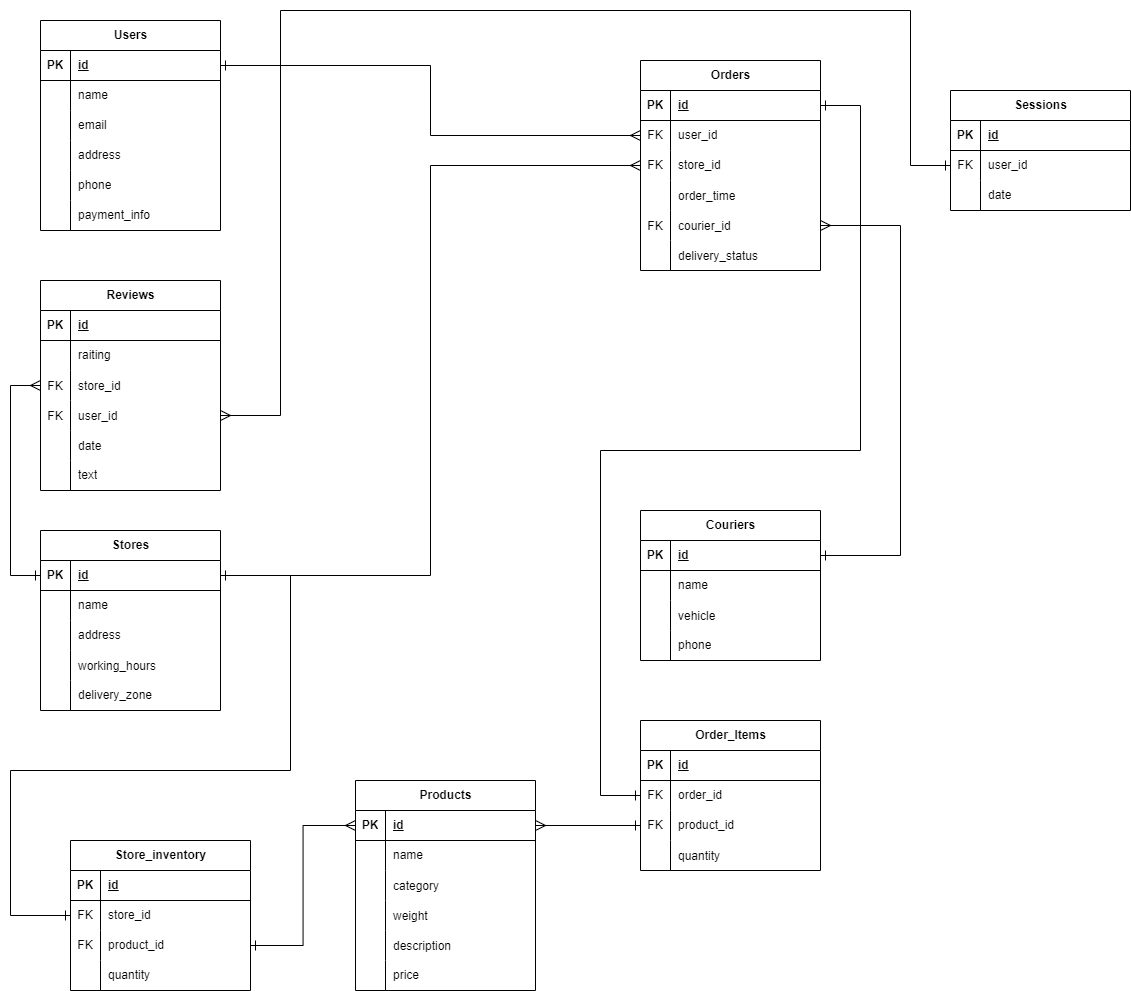
This is Логическая БД.png from Tovardas/TP_Highload_YandexEda, a draw.io export, as it was before one commit. Source tidied: cells renumbered, new cells last; positions are measured from the earlier drawing's top-left corner, leaving out a move shared by most shapes.
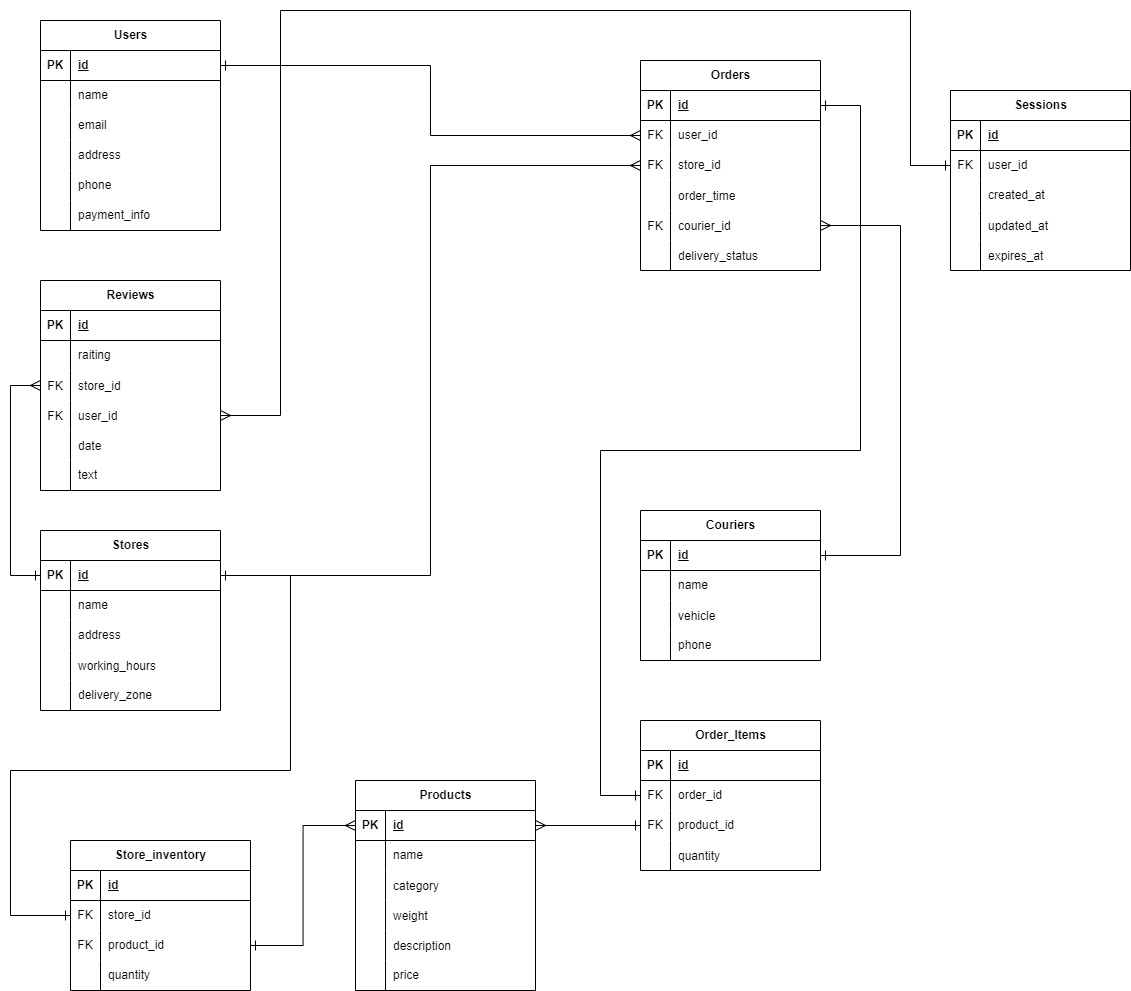
The same diagram one commit later.

The edit, as a diff of the source:
```diff
@@ -452,7 +452,7 @@
       <mxGeometry relative="1" as="geometry" />
     </mxCell>
     <mxCell id="142" value="Sessions" style="shape=table;startSize=30;rowLines=0;fontStyle=1;align=center;html=1;" parent="1" vertex="1">
-      <mxGeometry x="940" y="80" width="180" height="120" as="geometry" />
+      <mxGeometry x="940" y="80" width="180" height="180" as="geometry" />
     </mxCell>
     <mxCell id="143" style="shape=tableRow;horizontal=0;startSize=0;swimlaneHead=0;swimlaneBody=0;fillColor=none;top=0;left=0;right=0;bottom=1;" parent="142" vertex="1">
       <mxGeometry y="30" width="180" height="30" as="geometry" />
@@ -478,9 +478,27 @@
     <mxCell id="150" style="shape=partialRectangle;fillColor=none;top=0;left=0;bottom=0;right=0;overflow=hidden;whiteSpace=wrap;html=1;" parent="149" vertex="1">
       <mxGeometry width="30" height="30" as="geometry" />
     </mxCell>
-    <mxCell id="151" value="date" style="shape=partialRectangle;fillColor=none;top=0;left=0;bottom=0;right=0;align=left;spacingLeft=6;overflow=hidden;whiteSpace=wrap;html=1;" parent="149" vertex="1">
+    <mxCell id="151" value="created_at" style="shape=partialRectangle;fillColor=none;top=0;left=0;bottom=0;right=0;align=left;spacingLeft=6;overflow=hidden;whiteSpace=wrap;html=1;" parent="149" vertex="1">
       <mxGeometry x="30" width="150" height="30" as="geometry" />
     </mxCell>
+    <mxCell id="153" style="shape=tableRow;horizontal=0;startSize=0;swimlaneHead=0;swimlaneBody=0;fillColor=none;top=0;left=0;right=0;bottom=0;" parent="142" vertex="1">
+      <mxGeometry y="120" width="180" height="30" as="geometry" />
+    </mxCell>
+    <mxCell id="154" style="shape=partialRectangle;fillColor=none;top=0;left=0;bottom=0;right=0;overflow=hidden;" parent="153" vertex="1">
+      <mxGeometry width="30" height="30" as="geometry" />
+    </mxCell>
+    <mxCell id="155" value="updated_at" style="shape=partialRectangle;fillColor=none;top=0;left=0;bottom=0;right=0;align=left;spacingLeft=6;overflow=hidden;" parent="153" vertex="1">
+      <mxGeometry x="30" width="150" height="30" as="geometry" />
+    </mxCell>
+    <mxCell id="156" style="shape=tableRow;horizontal=0;startSize=0;swimlaneHead=0;swimlaneBody=0;fillColor=none;top=0;left=0;right=0;bottom=0;" parent="142" vertex="1">
+      <mxGeometry y="150" width="180" height="30" as="geometry" />
+    </mxCell>
+    <mxCell id="157" style="shape=partialRectangle;fillColor=none;top=0;left=0;bottom=0;right=0;overflow=hidden;" parent="156" vertex="1">
+      <mxGeometry width="30" height="30" as="geometry" />
+    </mxCell>
+    <mxCell id="158" value="expires_at" style="shape=partialRectangle;fillColor=none;top=0;left=0;bottom=0;right=0;align=left;spacingLeft=6;overflow=hidden;" parent="156" vertex="1">
+      <mxGeometry x="30" width="150" height="30" as="geometry" />
+    </mxCell>
     <mxCell id="152" style="edgeStyle=orthogonalEdgeStyle;rounded=0;jettySize=auto;html=1;fontSize=12;startSize=8;endSize=8;endArrow=ERone;endFill=0;startArrow=ERone;startFill=0;" parent="1" edge="1" source="146" target="3">
       <mxGeometry relative="1" as="geometry">
         <Array as="points">
```
